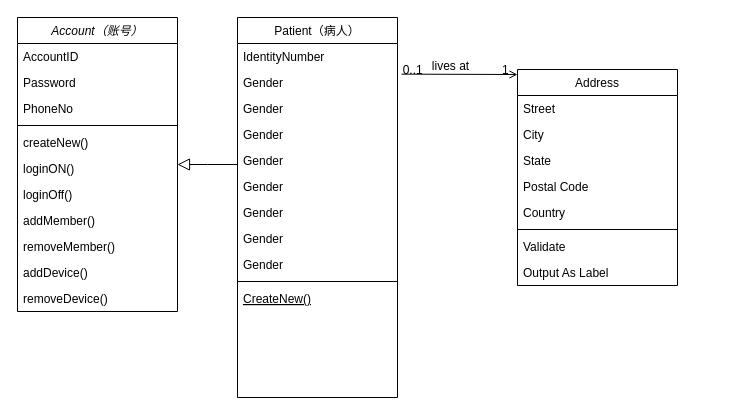
Above: Untitled Diagram.drawio in aaronfeng80/basepoint (draw.io), before the change. Source tidied: cells renumbered, new cells numbered last; positions are measured from the earlier drawing's top-left corner, leaving out a move shared by most shapes. Both pictures are drawn from the tidied source at 100%, with x=0, y=0 at pixel (17, 17).
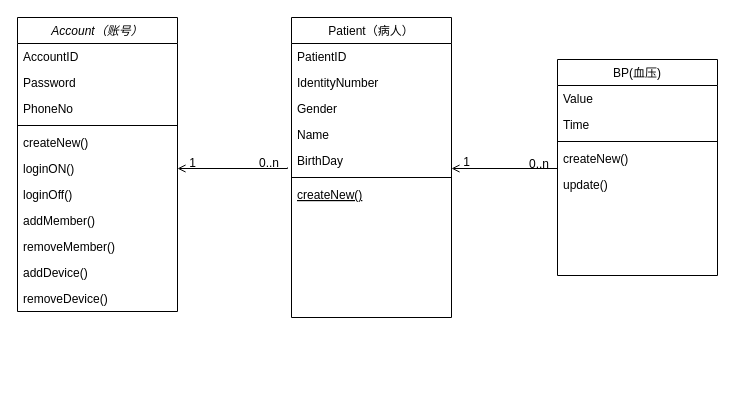
The same page after the edit.

Unchanged cells that the change refers to:
```xml
<mxCell id="2" value="Account（账号）" style="swimlane;fontStyle=2;align=center;verticalAlign=top;horizontal=1;startSize=26;rounded=0;shadow=0;strokeWidth=1;" parent="1" vertex="1">
  <mxGeometry width="160" height="294" as="geometry" />
</mxCell>
<mxCell id="8" value="loginON()" style="text;align=left;verticalAlign=top;spacingLeft=4;spacingRight=4;overflow=hidden;points=[[0,0.5],[1,0.5]];portConstraint=eastwest;rounded=0;shadow=0;html=0;" parent="2" vertex="1">
  <mxGeometry y="138" width="160" height="26" as="geometry" />
</mxCell>
```

Diff of the diagram source:
```diff
@@
     <mxCell id="14" value="Patient（病人）" style="swimlane;fontStyle=0;align=center;verticalAlign=top;horizontal=1;startSize=26;rounded=0;shadow=0;strokeWidth=1;" parent="1" vertex="1">
-      <mxGeometry x="220" width="160" height="380" as="geometry" />
+      <mxGeometry x="274" width="160" height="300" as="geometry" />
     </mxCell>
-    <mxCell id="15" value="IdentityNumber" style="text;align=left;verticalAlign=top;spacingLeft=4;spacingRight=4;overflow=hidden;" parent="14" vertex="1">
+    <mxCell id="15" value="PatientID" style="text;align=left;verticalAlign=top;spacingLeft=4;spacingRight=4;overflow=hidden;" parent="14" vertex="1">
       <mxGeometry y="26" width="160" height="26" as="geometry" />
     </mxCell>
+    <mxCell id="40" value="IdentityNumber" style="text;align=left;verticalAlign=top;spacingLeft=4;spacingRight=4;overflow=hidden;" parent="14" vertex="1">
+      <mxGeometry y="52" width="160" height="26" as="geometry" />
+    </mxCell>
     <mxCell id="16" value="Gender" style="text;align=left;verticalAlign=top;spacingLeft=4;spacingRight=4;overflow=hidden;points=[[0,0.5],[1,0.5]];portConstraint=eastwest;rounded=0;shadow=0;html=0;" parent="14" vertex="1">
-      <mxGeometry y="52" width="160" height="26" as="geometry" />
+      <mxGeometry y="78" width="160" height="26" as="geometry" />
     </mxCell>
-    <mxCell id="17" value="Gender" style="text;align=left;verticalAlign=top;spacingLeft=4;spacingRight=4;overflow=hidden;rounded=0;shadow=0;html=0;" parent="14" vertex="1">
-      <mxGeometry y="78" width="160" height="26" as="geometry" />
+    <mxCell id="17" value="Name" style="text;align=left;verticalAlign=top;spacingLeft=4;spacingRight=4;overflow=hidden;rounded=0;shadow=0;html=0;" parent="14" vertex="1">
+      <mxGeometry y="104" width="160" height="26" as="geometry" />
     </mxCell>
+    <mxCell id="36" style="endArrow=open;shadow=0;strokeWidth=1;rounded=0;endFill=1;edgeStyle=elbowEdgeStyle;elbow=vertical;entryX=1;entryY=0.5;entryDx=0;entryDy=0;" parent="14" edge="1" target="8">
+      <mxGeometry x="0.5" y="41" relative="1" as="geometry">
+        <mxPoint x="-4" y="150" as="sourcePoint" />
+        <Array as="points">
+          <mxPoint x="-64" y="151" />
+        </Array>
+        <mxPoint x="-40" y="32" as="offset" />
+      </mxGeometry>
+    </mxCell>
+    <mxCell id="37" value="0..n" style="align=left;verticalAlign=bottom;labelBackgroundColor=none;fontSize=12;" parent="36" vertex="1">
+      <mxGeometry x="-1" relative="1" as="geometry">
+        <mxPoint x="-30" y="4" as="offset" />
+      </mxGeometry>
+    </mxCell>
+    <mxCell id="38" value="1" style="align=right;verticalAlign=bottom;labelBackgroundColor=none;fontSize=12;" parent="36" vertex="1">
+      <mxGeometry x="1" relative="1" as="geometry">
+        <mxPoint x="20" y="3" as="offset" />
+      </mxGeometry>
+    </mxCell>
-    <mxCell id="18" value="Gender" style="text;align=left;verticalAlign=top;spacingLeft=4;spacingRight=4;overflow=hidden;rounded=0;shadow=0;html=0;" parent="14" vertex="1">
-      <mxGeometry y="104" width="160" height="26" as="geometry" />
+    <mxCell id="18" value="BirthDay" style="text;align=left;verticalAlign=top;spacingLeft=4;spacingRight=4;overflow=hidden;rounded=0;shadow=0;html=0;" parent="14" vertex="1">
+      <mxGeometry y="130" width="160" height="26" as="geometry" />
     </mxCell>
-    <mxCell id="19" value="Gender" style="text;align=left;verticalAlign=top;spacingLeft=4;spacingRight=4;overflow=hidden;rounded=0;shadow=0;html=0;" parent="14" vertex="1">
-      <mxGeometry y="130" width="160" height="26" as="geometry" />
-    </mxCell>
-    <mxCell id="20" value="Gender" style="text;align=left;verticalAlign=top;spacingLeft=4;spacingRight=4;overflow=hidden;rounded=0;shadow=0;html=0;" parent="14" vertex="1">
-      <mxGeometry y="156" width="160" height="26" as="geometry" />
-    </mxCell>
-    <mxCell id="21" value="Gender" style="text;align=left;verticalAlign=top;spacingLeft=4;spacingRight=4;overflow=hidden;rounded=0;shadow=0;html=0;" parent="14" vertex="1">
-      <mxGeometry y="182" width="160" height="26" as="geometry" />
-    </mxCell>
-    <mxCell id="22" value="Gender" style="text;align=left;verticalAlign=top;spacingLeft=4;spacingRight=4;overflow=hidden;rounded=0;shadow=0;html=0;" parent="14" vertex="1">
-      <mxGeometry y="208" width="160" height="26" as="geometry" />
-    </mxCell>
-    <mxCell id="23" value="Gender" style="text;align=left;verticalAlign=top;spacingLeft=4;spacingRight=4;overflow=hidden;rounded=0;shadow=0;html=0;" parent="14" vertex="1">
-      <mxGeometry y="234" width="160" height="26" as="geometry" />
-    </mxCell>
     <mxCell id="24" style="line;html=1;strokeWidth=1;align=left;verticalAlign=middle;spacingTop=-1;spacingLeft=3;spacingRight=3;labelPosition=right;" parent="14" vertex="1">
-      <mxGeometry y="260" width="160" height="8" as="geometry" />
+      <mxGeometry y="156" width="160" height="8" as="geometry" />
     </mxCell>
-    <mxCell id="25" value="CreateNew()" style="text;align=left;verticalAlign=top;spacingLeft=4;spacingRight=4;overflow=hidden;fontStyle=4;" parent="14" vertex="1">
-      <mxGeometry y="268" width="160" height="26" as="geometry" />
+    <mxCell id="25" value="createNew()" style="text;align=left;verticalAlign=top;spacingLeft=4;spacingRight=4;overflow=hidden;fontStyle=4;" parent="14" vertex="1">
+      <mxGeometry y="164" width="160" height="26" as="geometry" />
     </mxCell>
-    <mxCell id="26" style="endArrow=block;endSize=10;endFill=0;shadow=0;strokeWidth=1;rounded=0;edgeStyle=elbowEdgeStyle;elbow=vertical;" parent="1" edge="1" source="14" target="2">
-      <mxGeometry relative="1" as="geometry" />
-    </mxCell>
-    <mxCell id="27" value="Address" style="swimlane;fontStyle=0;align=center;verticalAlign=top;horizontal=1;startSize=26;rounded=0;shadow=0;strokeWidth=1;" parent="1" vertex="1">
-      <mxGeometry x="500" y="52" width="160" height="216" as="geometry" />
+    <mxCell id="27" value="BP(血压)" style="swimlane;fontStyle=0;align=center;verticalAlign=top;horizontal=1;startSize=26;rounded=0;shadow=0;strokeWidth=1;" parent="1" vertex="1">
+      <mxGeometry x="540" y="42" width="160" height="216" as="geometry" />
     </mxCell>
-    <mxCell id="28" value="Street" style="text;align=left;verticalAlign=top;spacingLeft=4;spacingRight=4;overflow=hidden;" parent="27" vertex="1">
+    <mxCell id="28" value="Value" style="text;align=left;verticalAlign=top;spacingLeft=4;spacingRight=4;overflow=hidden;" parent="27" vertex="1">
       <mxGeometry y="26" width="160" height="26" as="geometry" />
     </mxCell>
-    <mxCell id="29" value="City" style="text;align=left;verticalAlign=top;spacingLeft=4;spacingRight=4;overflow=hidden;rounded=0;shadow=0;html=0;" parent="27" vertex="1">
+    <mxCell id="29" value="Time" style="text;align=left;verticalAlign=top;spacingLeft=4;spacingRight=4;overflow=hidden;rounded=0;shadow=0;html=0;" parent="27" vertex="1">
       <mxGeometry y="52" width="160" height="26" as="geometry" />
     </mxCell>
-    <mxCell id="30" value="State" style="text;align=left;verticalAlign=top;spacingLeft=4;spacingRight=4;overflow=hidden;rounded=0;shadow=0;html=0;" parent="27" vertex="1">
-      <mxGeometry y="78" width="160" height="26" as="geometry" />
-    </mxCell>
-    <mxCell id="31" value="Postal Code" style="text;align=left;verticalAlign=top;spacingLeft=4;spacingRight=4;overflow=hidden;rounded=0;shadow=0;html=0;" parent="27" vertex="1">
-      <mxGeometry y="104" width="160" height="26" as="geometry" />
-    </mxCell>
-    <mxCell id="32" value="Country" style="text;align=left;verticalAlign=top;spacingLeft=4;spacingRight=4;overflow=hidden;rounded=0;shadow=0;html=0;" parent="27" vertex="1">
-      <mxGeometry y="130" width="160" height="26" as="geometry" />
-    </mxCell>
     <mxCell id="33" style="line;html=1;strokeWidth=1;align=left;verticalAlign=middle;spacingTop=-1;spacingLeft=3;spacingRight=3;labelPosition=right;" parent="27" vertex="1">
-      <mxGeometry y="156" width="160" height="8" as="geometry" />
+      <mxGeometry y="78" width="160" height="8" as="geometry" />
     </mxCell>
-    <mxCell id="34" value="Validate" style="text;align=left;verticalAlign=top;spacingLeft=4;spacingRight=4;overflow=hidden;" parent="27" vertex="1">
-      <mxGeometry y="164" width="160" height="26" as="geometry" />
+    <mxCell id="34" value="createNew()" style="text;align=left;verticalAlign=top;spacingLeft=4;spacingRight=4;overflow=hidden;" parent="27" vertex="1">
+      <mxGeometry y="86" width="160" height="26" as="geometry" />
     </mxCell>
-    <mxCell id="35" value="Output As Label" style="text;align=left;verticalAlign=top;spacingLeft=4;spacingRight=4;overflow=hidden;" parent="27" vertex="1">
-      <mxGeometry y="190" width="160" height="26" as="geometry" />
+    <mxCell id="35" value="update()" style="text;align=left;verticalAlign=top;spacingLeft=4;spacingRight=4;overflow=hidden;" parent="27" vertex="1">
+      <mxGeometry y="112" width="160" height="26" as="geometry" />
     </mxCell>
-    <mxCell id="36" style="endArrow=open;shadow=0;strokeWidth=1;rounded=0;endFill=1;edgeStyle=elbowEdgeStyle;elbow=vertical;exitX=1.025;exitY=0.179;exitDx=0;exitDy=0;exitPerimeter=0;" parent="1" edge="1" source="16" target="27">
-      <mxGeometry x="0.5" y="41" relative="1" as="geometry">
-        <mxPoint x="-40" y="32" as="offset" />
-      </mxGeometry>
-    </mxCell>
-    <mxCell id="37" value="0..1" style="align=left;verticalAlign=bottom;labelBackgroundColor=none;fontSize=12;" parent="36" vertex="1">
-      <mxGeometry x="-1" relative="1" as="geometry">
-        <mxPoint y="4" as="offset" />
-      </mxGeometry>
-    </mxCell>
-    <mxCell id="38" value="1" style="align=right;verticalAlign=bottom;labelBackgroundColor=none;fontSize=12;" parent="36" vertex="1">
-      <mxGeometry x="1" relative="1" as="geometry">
-        <mxPoint x="-7" y="4" as="offset" />
-      </mxGeometry>
-    </mxCell>
-    <mxCell id="39" value="lives at" style="text;html=1;align=center;verticalAlign=middle;labelBackgroundColor=none;rounded=0;shadow=0;strokeWidth=1;fontSize=12;" parent="36" vertex="1">
-      <mxGeometry x="0.5" y="49" relative="1" as="geometry">
-        <mxPoint x="-38" y="40" as="offset" />
-      </mxGeometry>
-    </mxCell>
+    <mxCell id="41" style="endArrow=open;shadow=0;strokeWidth=1;rounded=0;endFill=1;edgeStyle=elbowEdgeStyle;elbow=vertical;entryX=1;entryY=0.5;entryDx=0;entryDy=0;" parent="1" edge="1">
+      <mxGeometry x="0.5" y="41" relative="1" as="geometry">
+        <mxPoint x="540" y="151" as="sourcePoint" />
+        <mxPoint x="434" y="150.5" as="targetPoint" />
+        <Array as="points">
+          <mxPoint x="560" y="151" />
+        </Array>
+        <mxPoint x="-40" y="32" as="offset" />
+      </mxGeometry>
+    </mxCell>
+    <mxCell id="42" value="0..n" style="align=left;verticalAlign=bottom;labelBackgroundColor=none;fontSize=12;" parent="41" vertex="1">
+      <mxGeometry x="-1" relative="1" as="geometry">
+        <mxPoint x="-30" y="4" as="offset" />
+      </mxGeometry>
+    </mxCell>
+    <mxCell id="43" value="1" style="align=right;verticalAlign=bottom;labelBackgroundColor=none;fontSize=12;" parent="41" vertex="1">
+      <mxGeometry x="1" relative="1" as="geometry">
+        <mxPoint x="20" y="3" as="offset" />
+      </mxGeometry>
+    </mxCell>
```
